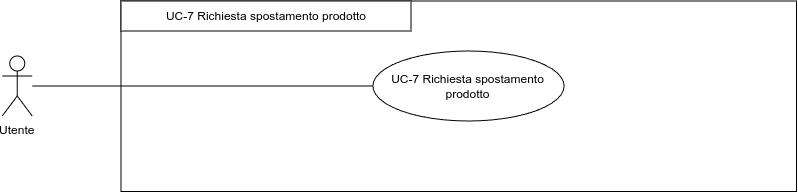
This is 2 - RTB/Documentazione esterna/Analisi dei Requisiti/imgs/uc7.png from Error-418-SWE/Documenti, a draw.io export, as it was before one commit. Source tidied: cells renumbered, new cells last; positions are measured from the earlier drawing's top-left corner, leaving out a move shared by most shapes.
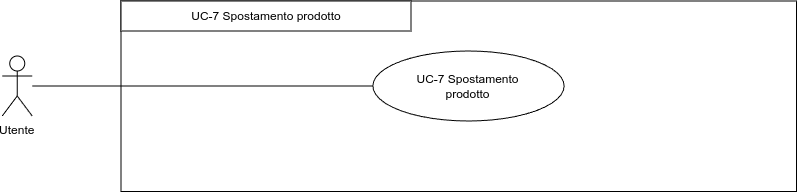
After the change.

Commit message:
Aggiornato diagramma UC7

The edit, as a diff of the source:
```diff
@@ -8,13 +8,13 @@
     <mxCell id="3" value="Utente &#10;" style="shape=umlActor;verticalLabelPosition=bottom;verticalAlign=top;outlineConnect=0;" parent="1" vertex="1">
       <mxGeometry x="-0.2" y="54.5" width="30" height="60" as="geometry" />
     </mxCell>
-    <mxCell id="4" value="UC-7 Richiesta spostamento&#10;prodotto" style="ellipse;whiteSpace=wrap;" parent="1" vertex="1">
+    <mxCell id="4" value="UC-7 Spostamento&#10;prodotto" style="ellipse;whiteSpace=wrap;" parent="1" vertex="1">
       <mxGeometry x="370.4" y="49.5" width="191.2" height="70" as="geometry" />
     </mxCell>
     <mxCell id="5" style="endArrow=none;rounded=0;entryX=0;entryY=0.5;entryDx=0;entryDy=0;" parent="1" edge="1" source="3" target="4">
       <mxGeometry relative="1" as="geometry" />
     </mxCell>
-    <mxCell id="6" value="UC-7 Richiesta spostamento prodotto" style="rounded=0;whiteSpace=wrap;" parent="1" vertex="1">
+    <mxCell id="6" value="UC-7 Spostamento prodotto" style="rounded=0;whiteSpace=wrap;" parent="1" vertex="1">
       <mxGeometry x="118.5" y="-0.5" width="290" height="30" as="geometry" />
     </mxCell>
   </root>
```
